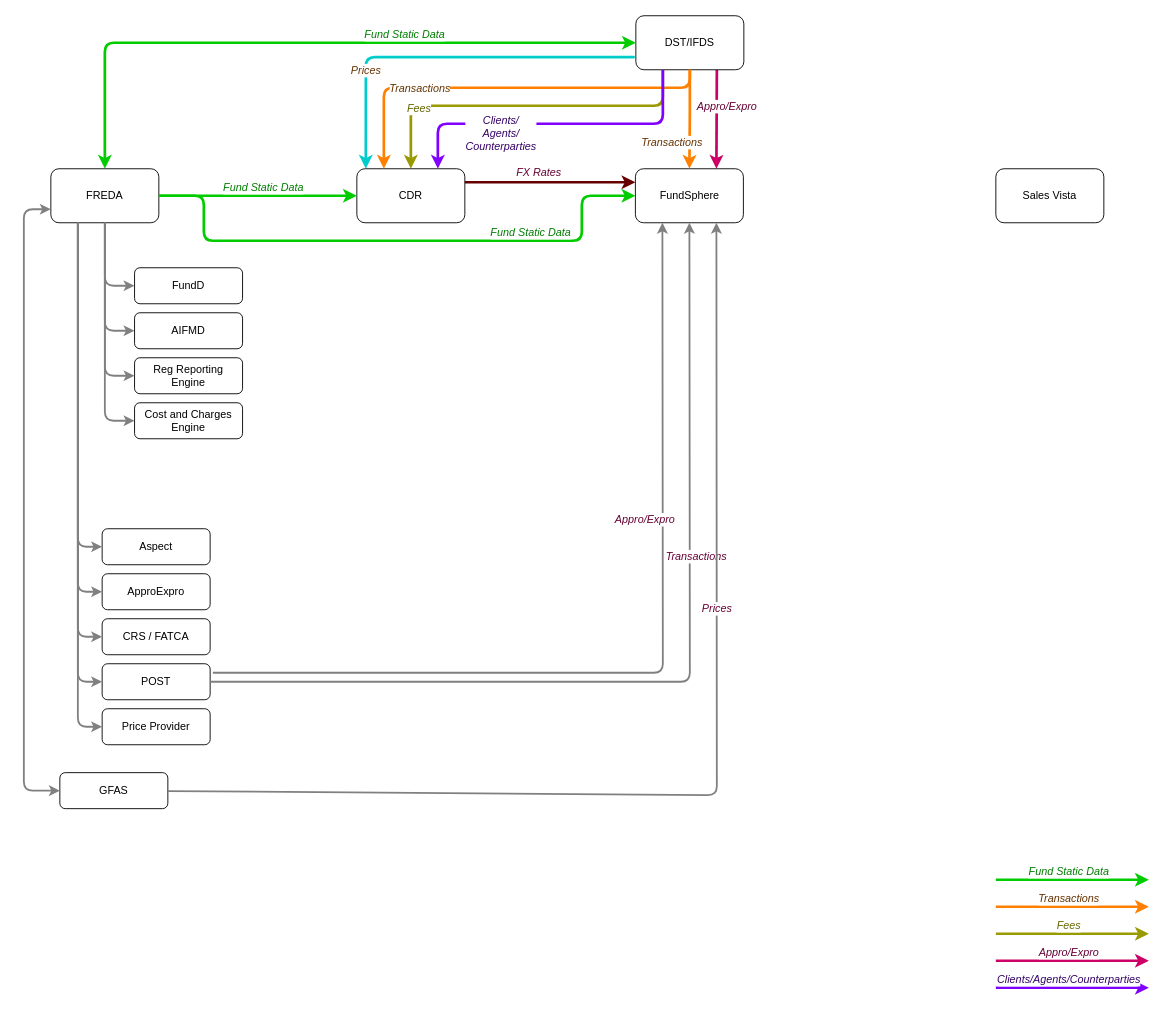
This is GOS TA data flows.drawio from rodinan/Price-Provider, a draw.io file, before an edit. Source tidied: cells renumbered, new cells numbered last; positions are measured from the earlier drawing's top-left corner, leaving out a move shared by most shapes. Both pictures are drawn from the tidied source at 90%, with x=0, y=0 at pixel (23, 15).
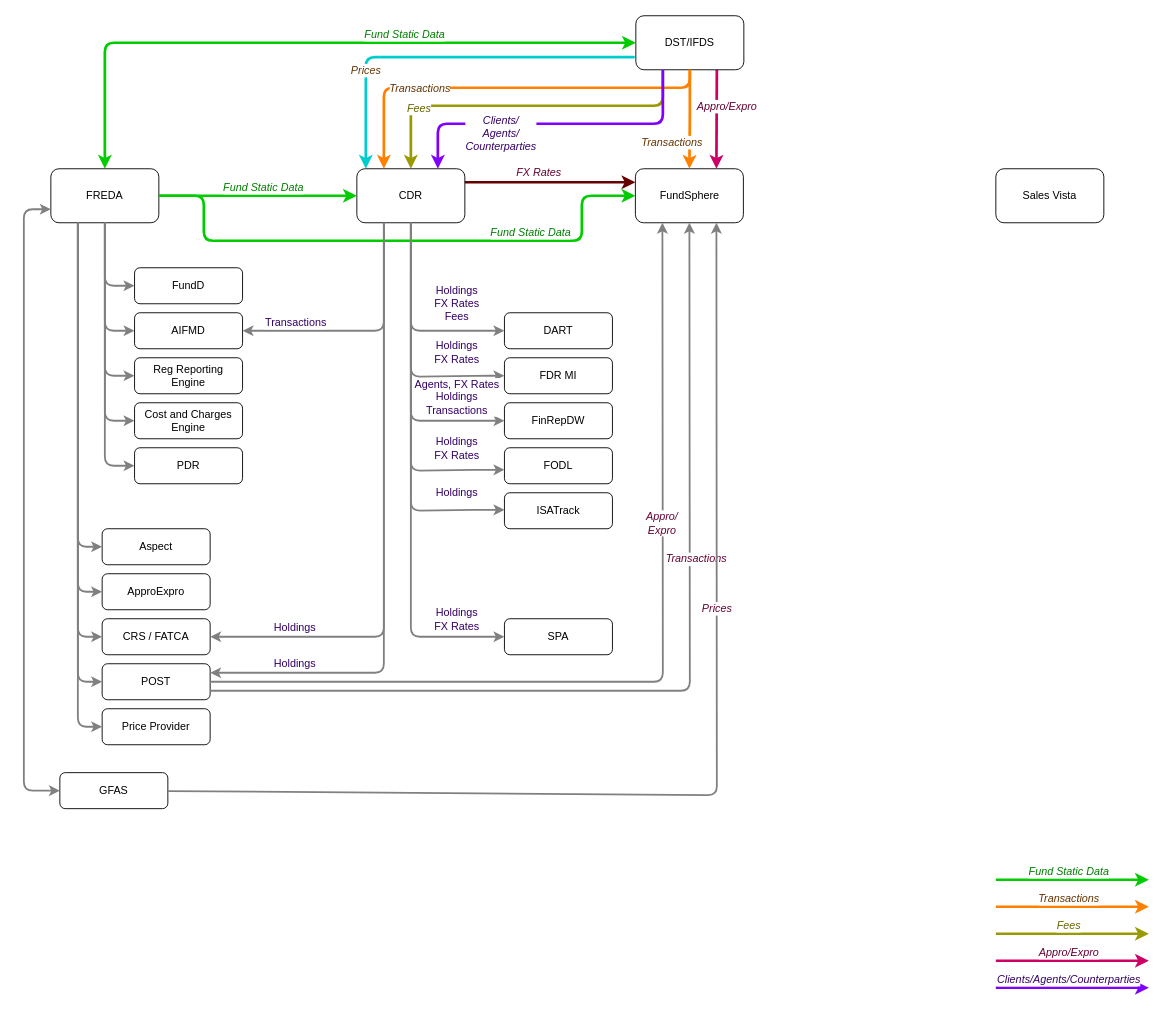
After the change.

The change refers to these unchanged cells:
```xml
<mxCell id="6" value="CDR" style="rounded=1;whiteSpace=wrap;html=1;" parent="1" vertex="1">
  <mxGeometry x="370" y="170" width="120" height="60" as="geometry" />
</mxCell>
<mxCell id="7" value="FundSphere" style="rounded=1;whiteSpace=wrap;html=1;" parent="1" vertex="1">
  <mxGeometry x="679.5" y="170" width="120" height="60" as="geometry" />
</mxCell>
<mxCell id="30" value="POST" style="rounded=1;whiteSpace=wrap;html=1;" parent="1" vertex="1">
  <mxGeometry x="87" y="720" width="120" height="40" as="geometry" />
</mxCell>
<mxCell id="31" value="CRS / FATCA" style="rounded=1;whiteSpace=wrap;html=1;" parent="1" vertex="1">
  <mxGeometry x="87" y="670" width="120" height="40" as="geometry" />
</mxCell>
```

What changed in the source:
```diff
@@
-    <mxCell id="51" style="endArrow=classic;html=1;strokeColor=#808080;strokeWidth=2;entryX=0.25;entryY=1;entryDx=0;entryDy=0;" parent="1" edge="1" target="7">
+    <mxCell id="51" style="endArrow=classic;html=1;strokeColor=#808080;strokeWidth=2;entryX=0.25;entryY=1;entryDx=0;entryDy=0;exitX=1;exitY=0.5;exitDx=0;exitDy=0;" parent="1" edge="1" source="30" target="7">
       <mxGeometry relative="1" as="geometry">
-        <mxPoint x="210" y="730" as="sourcePoint" />
         <Array as="points">
-          <mxPoint x="710" y="730" />
+          <mxPoint x="710" y="740" />
         </Array>
       </mxGeometry>
     </mxCell>
-    <mxCell id="52" value="Appro/Expro" style="text;html=1;align=center;verticalAlign=middle;labelBackgroundColor=#ffffff;fontColor=#660033;fontStyle=2;" parent="51" vertex="1">
+    <mxCell id="52" value="Appro/&lt;br&gt;Expro" style="text;html=1;align=center;verticalAlign=middle;labelBackgroundColor=#ffffff;fontColor=#660033;fontStyle=2;" parent="51" vertex="1">
       <mxGeometry x="0.4" y="6" relative="1" as="geometry">
-        <mxPoint x="-14" y="29" as="offset" />
+        <mxPoint x="5" y="29" as="offset" />
       </mxGeometry>
     </mxCell>
-    <mxCell id="53" style="endArrow=classic;html=1;strokeColor=#808080;strokeWidth=2;entryX=0.5;entryY=1;entryDx=0;entryDy=0;exitX=1;exitY=0.5;exitDx=0;exitDy=0;" parent="1" edge="1" source="30" target="7">
+    <mxCell id="53" style="endArrow=classic;html=1;strokeColor=#808080;strokeWidth=2;entryX=0.5;entryY=1;entryDx=0;entryDy=0;exitX=1;exitY=0.75;exitDx=0;exitDy=0;" parent="1" edge="1" source="30" target="7">
       <mxGeometry relative="1" as="geometry">
         <Array as="points">
-          <mxPoint x="740" y="740" />
+          <mxPoint x="740" y="750" />
         </Array>
       </mxGeometry>
     </mxCell>
@@
+    <mxCell id="63" style="endArrow=classic;html=1;strokeColor=#808080;strokeWidth=2;entryX=1;entryY=0.5;entryDx=0;entryDy=0;exitX=0.25;exitY=1;exitDx=0;exitDy=0;" parent="1" edge="1" source="6" target="31">
+      <mxGeometry relative="1" as="geometry">
+        <Array as="points">
+          <mxPoint x="400" y="690" />
+        </Array>
+      </mxGeometry>
+    </mxCell>
+    <mxCell id="64" value="Holdings" style="text;html=1;align=center;verticalAlign=middle;labelBackgroundColor=#ffffff;fontColor=#330066;" parent="63" vertex="1">
+      <mxGeometry x="0.02" y="1" relative="1" as="geometry">
+        <mxPoint x="-101" y="116" as="offset" />
+      </mxGeometry>
+    </mxCell>
+    <mxCell id="65" value="DART" style="rounded=1;whiteSpace=wrap;html=1;" parent="1" vertex="1">
+      <mxGeometry x="534" y="330" width="120" height="40" as="geometry" />
+    </mxCell>
+    <mxCell id="66" style="endArrow=classic;html=1;strokeColor=#808080;strokeWidth=2;entryX=0;entryY=0.5;entryDx=0;entryDy=0;exitX=0.5;exitY=1;exitDx=0;exitDy=0;" parent="1" edge="1" source="6" target="65">
+      <mxGeometry relative="1" as="geometry">
+        <Array as="points">
+          <mxPoint x="430" y="350" />
+        </Array>
+      </mxGeometry>
+    </mxCell>
+    <mxCell id="67" value="Holdings&lt;br&gt;FX Rates&lt;br&gt;Fees" style="text;html=1;align=center;verticalAlign=middle;labelBackgroundColor=#ffffff;fontColor=#330066;" parent="66" vertex="1">
+      <mxGeometry x="0.02" y="1" relative="1" as="geometry">
+        <mxPoint x="49" y="-25" as="offset" />
+      </mxGeometry>
+    </mxCell>
+    <mxCell id="68" value="FDR MI" style="rounded=1;whiteSpace=wrap;html=1;" parent="1" vertex="1">
+      <mxGeometry x="534" y="380" width="120" height="40" as="geometry" />
+    </mxCell>
+    <mxCell id="69" style="endArrow=classic;html=1;strokeColor=#808080;strokeWidth=2;entryX=0;entryY=0.5;entryDx=0;entryDy=0;" parent="1" edge="1" target="68">
+      <mxGeometry relative="1" as="geometry">
+        <mxPoint x="430" y="230" as="sourcePoint" />
+        <Array as="points">
+          <mxPoint x="430" y="401" />
+          <mxPoint x="510" y="400" />
+        </Array>
+      </mxGeometry>
+    </mxCell>
+    <mxCell id="70" value="Holdings&lt;br&gt;FX Rates" style="text;html=1;align=center;verticalAlign=middle;labelBackgroundColor=#ffffff;fontColor=#330066;" parent="69" vertex="1">
+      <mxGeometry x="0.02" y="1" relative="1" as="geometry">
+        <mxPoint x="49" y="3" as="offset" />
+      </mxGeometry>
+    </mxCell>
+    <mxCell id="71" value="FinRepDW" style="rounded=1;whiteSpace=wrap;html=1;" parent="1" vertex="1">
+      <mxGeometry x="534" y="430" width="120" height="40" as="geometry" />
+    </mxCell>
+    <mxCell id="72" style="endArrow=classic;html=1;strokeColor=#808080;strokeWidth=2;entryX=0;entryY=0.5;entryDx=0;entryDy=0;" parent="1" edge="1" target="71">
+      <mxGeometry relative="1" as="geometry">
+        <mxPoint x="430" y="285" as="sourcePoint" />
+        <Array as="points">
+          <mxPoint x="430" y="450" />
+        </Array>
+      </mxGeometry>
+    </mxCell>
+    <mxCell id="73" value="Agents, FX Rates&lt;br&gt;Holdings&lt;br&gt;Transactions" style="text;html=1;align=center;verticalAlign=middle;labelBackgroundColor=#ffffff;fontColor=#330066;" parent="72" vertex="1">
+      <mxGeometry x="0.02" y="1" relative="1" as="geometry">
+        <mxPoint x="49" y="1" as="offset" />
+      </mxGeometry>
+    </mxCell>
+    <mxCell id="74" value="FODL" style="rounded=1;whiteSpace=wrap;html=1;" parent="1" vertex="1">
+      <mxGeometry x="534" y="480" width="120" height="40" as="geometry" />
+    </mxCell>
+    <mxCell id="75" style="endArrow=classic;html=1;strokeColor=#808080;strokeWidth=2;entryX=1;entryY=0.25;entryDx=0;entryDy=0;" parent="1" edge="1" target="30">
+      <mxGeometry relative="1" as="geometry">
+        <mxPoint x="400" y="230" as="sourcePoint" />
+        <Array as="points">
+          <mxPoint x="400" y="730" />
+        </Array>
+      </mxGeometry>
+    </mxCell>
+    <mxCell id="76" value="Holdings" style="text;html=1;align=center;verticalAlign=middle;labelBackgroundColor=#ffffff;fontColor=#330066;" parent="75" vertex="1">
+      <mxGeometry x="0.02" y="1" relative="1" as="geometry">
+        <mxPoint x="-101" y="136" as="offset" />
+      </mxGeometry>
+    </mxCell>
+    <mxCell id="77" value="SPA" style="rounded=1;whiteSpace=wrap;html=1;" parent="1" vertex="1">
+      <mxGeometry x="534" y="670" width="120" height="40" as="geometry" />
+    </mxCell>
+    <mxCell id="78" style="endArrow=classic;html=1;strokeColor=#808080;strokeWidth=2;entryX=0;entryY=0.5;entryDx=0;entryDy=0;exitX=0.5;exitY=1;exitDx=0;exitDy=0;" parent="1" edge="1" source="6">
+      <mxGeometry relative="1" as="geometry">
+        <mxPoint x="534" y="690" as="targetPoint" />
+        <Array as="points">
+          <mxPoint x="430" y="690" />
+        </Array>
+      </mxGeometry>
+    </mxCell>
+    <mxCell id="79" value="Holdings&lt;br&gt;FX Rates" style="text;html=1;align=center;verticalAlign=middle;labelBackgroundColor=#ffffff;fontColor=#330066;" parent="78" vertex="1">
+      <mxGeometry x="0.02" y="1" relative="1" as="geometry">
+        <mxPoint x="49" y="152" as="offset" />
+      </mxGeometry>
+    </mxCell>
+    <mxCell id="80" style="endArrow=classic;html=1;strokeColor=#808080;strokeWidth=2;entryX=0;entryY=0.5;entryDx=0;entryDy=0;exitX=0.5;exitY=1;exitDx=0;exitDy=0;" parent="1" edge="1" source="6">
+      <mxGeometry relative="1" as="geometry">
+        <mxPoint x="534" y="504.5" as="targetPoint" />
+        <Array as="points">
+          <mxPoint x="430" y="505.5" />
+          <mxPoint x="510" y="504.5" />
+        </Array>
+      </mxGeometry>
+    </mxCell>
+    <mxCell id="81" value="Holdings&lt;br&gt;FX Rates" style="text;html=1;align=center;verticalAlign=middle;labelBackgroundColor=#ffffff;fontColor=#330066;" parent="80" vertex="1">
+      <mxGeometry x="0.02" y="1" relative="1" as="geometry">
+        <mxPoint x="49" y="56" as="offset" />
+      </mxGeometry>
+    </mxCell>
+    <mxCell id="82" style="endArrow=classic;html=1;strokeColor=#808080;strokeWidth=2;entryX=1;entryY=0.5;entryDx=0;entryDy=0;exitX=0.25;exitY=1;exitDx=0;exitDy=0;" parent="1" edge="1" source="6">
+      <mxGeometry relative="1" as="geometry">
+        <mxPoint x="243" y="350" as="targetPoint" />
+        <Array as="points">
+          <mxPoint x="400" y="350" />
+        </Array>
+      </mxGeometry>
+    </mxCell>
+    <mxCell id="83" value="Transactions" style="text;html=1;align=center;verticalAlign=middle;labelBackgroundColor=#ffffff;fontColor=#330066;" parent="82" vertex="1">
+      <mxGeometry x="0.02" y="1" relative="1" as="geometry">
+        <mxPoint x="-78" y="-11" as="offset" />
+      </mxGeometry>
+    </mxCell>
+    <mxCell id="84" value="ISATrack" style="rounded=1;whiteSpace=wrap;html=1;" parent="1" vertex="1">
+      <mxGeometry x="534" y="530" width="120" height="40" as="geometry" />
+    </mxCell>
+    <mxCell id="85" style="endArrow=classic;html=1;strokeColor=#808080;strokeWidth=2;entryX=0;entryY=0.5;entryDx=0;entryDy=0;exitX=0.5;exitY=1;exitDx=0;exitDy=0;" parent="1" edge="1" source="6">
+      <mxGeometry relative="1" as="geometry">
+        <mxPoint x="534" y="549" as="targetPoint" />
+        <Array as="points">
+          <mxPoint x="430" y="550" />
+          <mxPoint x="510" y="549" />
+        </Array>
+      </mxGeometry>
+    </mxCell>
+    <mxCell id="86" value="Holdings" style="text;html=1;align=center;verticalAlign=middle;labelBackgroundColor=#ffffff;fontColor=#330066;" parent="85" vertex="1">
+      <mxGeometry x="0.02" y="1" relative="1" as="geometry">
+        <mxPoint x="49" y="83" as="offset" />
+      </mxGeometry>
+    </mxCell>
+    <mxCell id="87" value="PDR" style="rounded=1;whiteSpace=wrap;html=1;" parent="1" vertex="1">
+      <mxGeometry x="123" y="480" width="120" height="40" as="geometry" />
+    </mxCell>
+    <mxCell id="88" style="endArrow=classic;html=1;strokeColor=#808080;strokeWidth=2;entryX=0;entryY=0.5;entryDx=0;entryDy=0;" parent="1" edge="1">
+      <mxGeometry relative="1" as="geometry">
+        <mxPoint x="90" y="230" as="sourcePoint" />
+        <mxPoint x="123" y="500" as="targetPoint" />
+        <Array as="points">
+          <mxPoint x="90" y="500" />
+        </Array>
+      </mxGeometry>
+    </mxCell>
```
